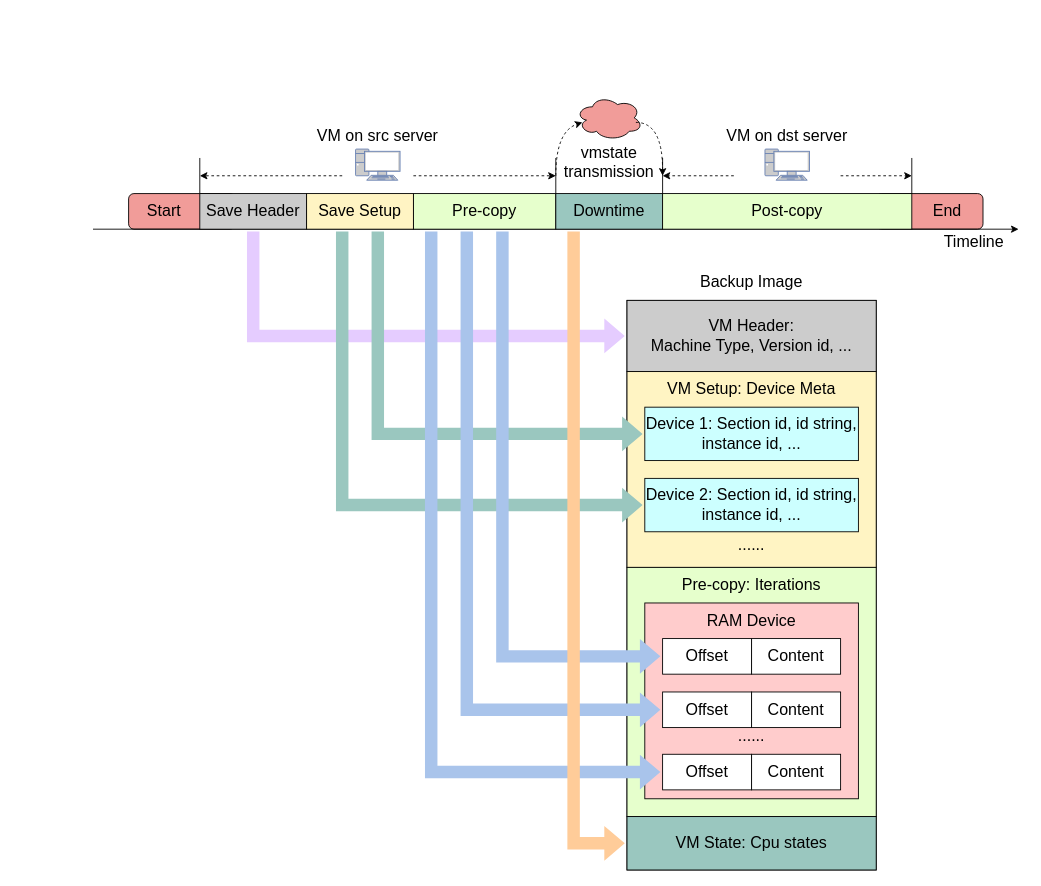
Earlier version of the draw.io diagram qemu-migration/final/backup img + replay.drawio (xuyizhe1999/drawio). Source tidied: cells renumbered, new cells numbered last; positions are measured from the earlier drawing's top-left corner, leaving out a move shared by most shapes. Both pictures are drawn from the tidied source at 89%, with x=0, y=0 at pixel (93, 95).
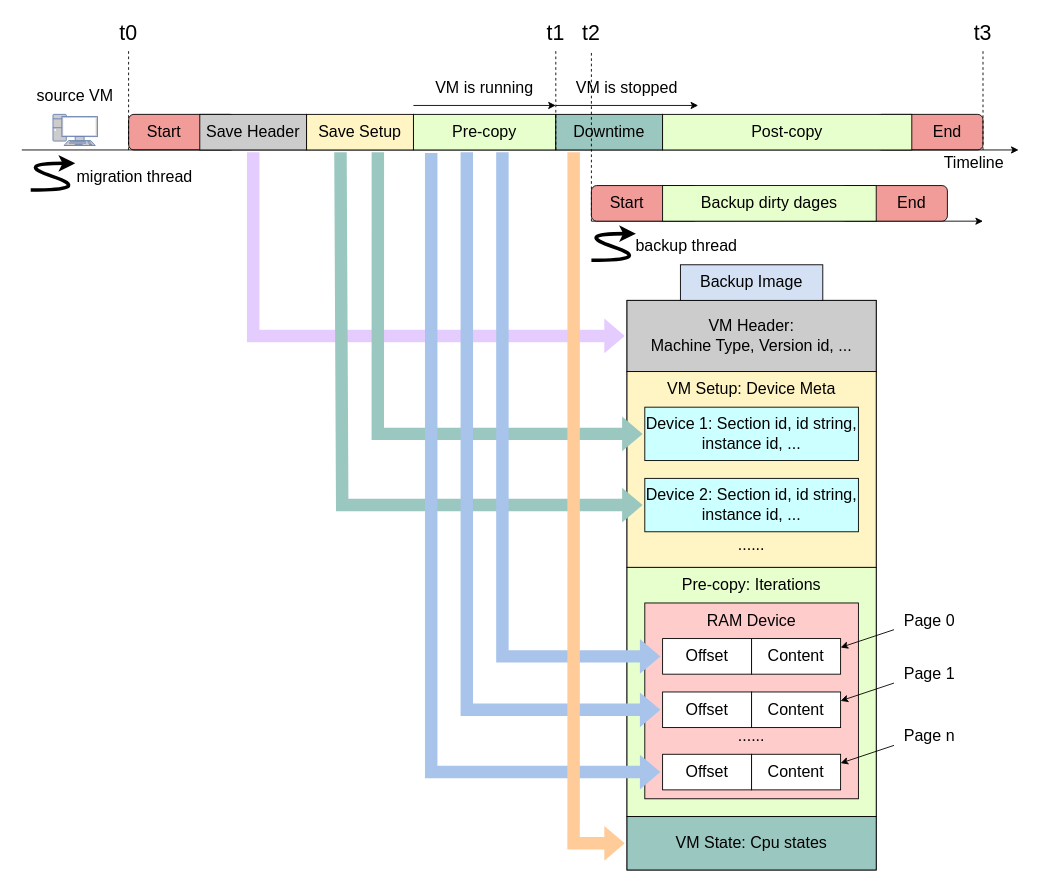
Above is the later version.

Unchanged cells that the change refers to:
```xml
<mxCell id="32" value="&lt;font style=&quot;font-size: 18px;&quot;&gt;VM Header:&lt;br&gt;Machine Type, Version id, ...&lt;/font&gt;" style="rounded=0;whiteSpace=wrap;html=1;fillColor=#CCCCCC;" parent="1" vertex="1">
  <mxGeometry x="600" y="230" width="280" height="80" as="geometry" />
</mxCell>
<mxCell id="34" value="&lt;span style=&quot;font-size: 18px;&quot;&gt;Device 1: Section id, id string, &lt;br&gt;instance id, ...&lt;br&gt;&lt;/span&gt;" style="rounded=0;whiteSpace=wrap;html=1;fillColor=#CCFFFF;" parent="1" vertex="1">
  <mxGeometry x="620" y="350" width="240" height="60" as="geometry" />
</mxCell>
<mxCell id="36" value="&lt;span style=&quot;font-size: 18px;&quot;&gt;Device 2: Section id, id string, &lt;br&gt;instance id, ...&lt;br&gt;&lt;/span&gt;" style="rounded=0;whiteSpace=wrap;html=1;fillColor=#CCFFFF;" parent="1" vertex="1">
  <mxGeometry x="620" y="430" width="240" height="60" as="geometry" />
</mxCell>
<mxCell id="42" value="&lt;font style=&quot;font-size: 18px;&quot;&gt;Content&lt;/font&gt;" style="rounded=0;whiteSpace=wrap;html=1;" parent="1" vertex="1">
  <mxGeometry x="740" y="610" width="100" height="40" as="geometry" />
</mxCell>
<mxCell id="55" value="&lt;font style=&quot;font-size: 18px;&quot;&gt;VM State: Cpu states&lt;/font&gt;" style="rounded=0;whiteSpace=wrap;html=1;fillColor=#9AC7BF;" parent="1" vertex="1">
  <mxGeometry x="600" y="810" width="280" height="60" as="geometry" />
</mxCell>
```

Diff of the diagram source:
```diff
@@
     <mxCell id="3" style="rounded=1;whiteSpace=wrap;html=1;fontSize=18;fillColor=#F19C99;" parent="1" vertex="1">
-      <mxGeometry x="880" y="110" width="120" height="40" as="geometry" />
+      <mxGeometry x="880" y="21" width="120" height="40" as="geometry" />
     </mxCell>
     <mxCell id="4" style="rounded=1;whiteSpace=wrap;html=1;fillColor=#F19C99;" parent="1" vertex="1">
-      <mxGeometry x="40" y="110" width="120" height="40" as="geometry" />
+      <mxGeometry x="40" y="21" width="120" height="40" as="geometry" />
     </mxCell>
     <mxCell id="5" value="&lt;font style=&quot;font-size: 18px;&quot;&gt;Start&lt;/font&gt;" style="text;html=1;strokeColor=none;fillColor=none;align=center;verticalAlign=middle;whiteSpace=wrap;rounded=0;" parent="1" vertex="1">
-      <mxGeometry x="50" y="115" width="60" height="30" as="geometry" />
+      <mxGeometry x="50" y="26" width="60" height="30" as="geometry" />
     </mxCell>
     <mxCell id="6" style="endArrow=classic;html=1;rounded=0;fontSize=18;" parent="1" edge="1">
       <mxGeometry relative="1" as="geometry">
-        <mxPoint y="150" as="sourcePoint" />
-        <mxPoint x="1040" y="150" as="targetPoint" />
+        <mxPoint x="-80" y="61" as="sourcePoint" />
+        <mxPoint x="1040" y="61" as="targetPoint" />
       </mxGeometry>
     </mxCell>
     <mxCell id="7" value="Pre-copy" style="rounded=0;whiteSpace=wrap;html=1;fontSize=18;fillColor=#E6FFCC;" parent="1" vertex="1">
-      <mxGeometry x="360" y="110" width="160" height="40" as="geometry" />
+      <mxGeometry x="360" y="21" width="160" height="40" as="geometry" />
     </mxCell>
     <mxCell id="8" value="Downtime" style="rounded=0;whiteSpace=wrap;html=1;fontSize=18;fillColor=#9AC7BF;" parent="1" vertex="1">
-      <mxGeometry x="520" y="110" width="120" height="40" as="geometry" />
+      <mxGeometry x="520" y="21" width="120" height="40" as="geometry" />
     </mxCell>
     <mxCell id="9" value="Post-copy" style="rounded=0;whiteSpace=wrap;html=1;fontSize=18;fillColor=#E6FFCC;" parent="1" vertex="1">
-      <mxGeometry x="640" y="110" width="280" height="40" as="geometry" />
+      <mxGeometry x="640" y="21" width="280" height="40" as="geometry" />
     </mxCell>
     <mxCell id="10" value="&lt;font style=&quot;font-size: 18px;&quot;&gt;End&lt;/font&gt;" style="text;html=1;strokeColor=none;fillColor=none;align=center;verticalAlign=middle;whiteSpace=wrap;rounded=0;" parent="1" vertex="1">
-      <mxGeometry x="930" y="115" width="60" height="30" as="geometry" />
+      <mxGeometry x="930" y="26" width="60" height="30" as="geometry" />
     </mxCell>
     <mxCell id="11" value="Timeline" style="text;html=1;strokeColor=none;fillColor=none;align=center;verticalAlign=middle;whiteSpace=wrap;rounded=0;fontSize=18;" parent="1" vertex="1">
-      <mxGeometry x="940" y="150" width="100" height="30" as="geometry" />
+      <mxGeometry x="940" y="61" width="100" height="30" as="geometry" />
     </mxCell>
     <mxCell id="12" style="fontColor=#0066CC;verticalAlign=top;verticalLabelPosition=bottom;labelPosition=center;align=center;html=1;fillColor=#CCCCCC;strokeColor=#6881B3;gradientColor=none;gradientDirection=north;strokeWidth=2;shape=mxgraph.networks.pc;fontSize=18;" parent="1" vertex="1">
-      <mxGeometry x="295" y="60" width="50" height="35" as="geometry" />
+      <mxGeometry x="-45" y="21" width="50" height="35" as="geometry" />
     </mxCell>
-    <mxCell id="13" style="endArrow=none;html=1;rounded=0;fontSize=18;exitX=0;exitY=0;exitDx=0;exitDy=0;" parent="1" edge="1" source="28">
-      <mxGeometry relative="1" as="geometry">
-        <mxPoint x="120" y="70" as="targetPoint" />
-      </mxGeometry>
-    </mxCell>
-    <mxCell id="14" style="endArrow=none;html=1;rounded=0;fontSize=18;" parent="1" edge="1">
-      <mxGeometry relative="1" as="geometry">
-        <mxPoint x="520" y="110" as="sourcePoint" />
-        <mxPoint x="520" y="70" as="targetPoint" />
-      </mxGeometry>
-    </mxCell>
-    <mxCell id="15" value="VM on src server" style="text;html=1;strokeColor=none;fillColor=none;align=center;verticalAlign=middle;whiteSpace=wrap;rounded=0;fontSize=18;" parent="1" vertex="1">
-      <mxGeometry x="240" y="30" width="160" height="30" as="geometry" />
+    <mxCell id="15" value="source VM" style="text;html=1;strokeColor=none;fillColor=none;align=center;verticalAlign=middle;whiteSpace=wrap;rounded=0;fontSize=18;" parent="1" vertex="1">
+      <mxGeometry x="-80" y="-19" width="120" height="40" as="geometry" />
     </mxCell>
-    <mxCell id="16" style="endArrow=classic;html=1;rounded=0;fontSize=18;dashed=1;" parent="1" edge="1">
-      <mxGeometry relative="1" as="geometry">
-        <mxPoint x="280" y="90" as="sourcePoint" />
-        <mxPoint x="120" y="90" as="targetPoint" />
-      </mxGeometry>
-    </mxCell>
-    <mxCell id="17" style="endArrow=classic;html=1;rounded=0;fontSize=18;dashed=1;" parent="1" edge="1">
-      <mxGeometry relative="1" as="geometry">
-        <mxPoint x="360" y="90" as="sourcePoint" />
-        <mxPoint x="520" y="90" as="targetPoint" />
-      </mxGeometry>
-    </mxCell>
-    <mxCell id="18" style="endArrow=none;html=1;rounded=0;fontSize=18;" parent="1" edge="1">
-      <mxGeometry relative="1" as="geometry">
-        <mxPoint x="640" y="110" as="sourcePoint" />
-        <mxPoint x="640" y="70" as="targetPoint" />
-      </mxGeometry>
-    </mxCell>
-    <mxCell id="19" style="endArrow=none;html=1;rounded=0;fontSize=18;" parent="1" edge="1">
-      <mxGeometry relative="1" as="geometry">
-        <mxPoint x="920" y="110" as="sourcePoint" />
-        <mxPoint x="920" y="70" as="targetPoint" />
-      </mxGeometry>
-    </mxCell>
-    <mxCell id="20" style="fontColor=#0066CC;verticalAlign=top;verticalLabelPosition=bottom;labelPosition=center;align=center;html=1;fillColor=#CCCCCC;strokeColor=#6881B3;gradientColor=none;gradientDirection=north;strokeWidth=2;shape=mxgraph.networks.pc;fontSize=18;" parent="1" vertex="1">
-      <mxGeometry x="755" y="60" width="50" height="35" as="geometry" />
-    </mxCell>
-    <mxCell id="21" style="endArrow=classic;html=1;rounded=0;fontSize=18;dashed=1;" parent="1" edge="1">
-      <mxGeometry relative="1" as="geometry">
-        <mxPoint x="720" y="90" as="sourcePoint" />
-        <mxPoint x="640" y="90" as="targetPoint" />
-      </mxGeometry>
-    </mxCell>
-    <mxCell id="22" style="endArrow=classic;html=1;rounded=0;fontSize=18;dashed=1;" parent="1" edge="1">
-      <mxGeometry relative="1" as="geometry">
-        <mxPoint x="840" y="90" as="sourcePoint" />
-        <mxPoint x="920" y="90" as="targetPoint" />
-      </mxGeometry>
-    </mxCell>
-    <mxCell id="23" value="VM on dst server" style="text;html=1;strokeColor=none;fillColor=none;align=center;verticalAlign=middle;whiteSpace=wrap;rounded=0;fontSize=18;" parent="1" vertex="1">
-      <mxGeometry x="700" y="30" width="160" height="30" as="geometry" />
-    </mxCell>
-    <mxCell id="24" style="ellipse;shape=cloud;whiteSpace=wrap;html=1;fontSize=18;fillColor=#F19C99;" parent="1" vertex="1">
-      <mxGeometry x="542.5" width="75" height="50" as="geometry" />
-    </mxCell>
-    <mxCell id="25" style="curved=1;endArrow=classic;html=1;rounded=0;fontSize=18;dashed=1;" parent="1" edge="1">
-      <mxGeometry relative="1" as="geometry">
-        <mxPoint x="520" y="90" as="sourcePoint" />
-        <mxPoint x="550" y="30" as="targetPoint" />
-        <Array as="points">
-          <mxPoint x="520" y="40" />
-        </Array>
-      </mxGeometry>
-    </mxCell>
-    <mxCell id="26" style="curved=1;endArrow=classic;html=1;rounded=0;dashed=1;fontSize=18;" parent="1" edge="1">
-      <mxGeometry relative="1" as="geometry">
-        <mxPoint x="610" y="30" as="sourcePoint" />
-        <mxPoint x="640" y="90" as="targetPoint" />
-        <Array as="points">
-          <mxPoint x="640" y="30" />
-        </Array>
-      </mxGeometry>
-    </mxCell>
-    <mxCell id="27" value="vmstate transmission" style="text;html=1;strokeColor=none;fillColor=none;align=center;verticalAlign=middle;whiteSpace=wrap;rounded=0;fontSize=18;" parent="1" vertex="1">
-      <mxGeometry x="550" y="60" width="60" height="30" as="geometry" />
-    </mxCell>
     <mxCell id="28" value="Save Header" style="rounded=0;whiteSpace=wrap;html=1;fontSize=18;fillColor=#CCCCCC;" parent="1" vertex="1">
-      <mxGeometry x="120" y="110" width="120" height="40" as="geometry" />
+      <mxGeometry x="120" y="21" width="120" height="40" as="geometry" />
     </mxCell>
     <mxCell id="29" value="Save Setup" style="rounded=0;whiteSpace=wrap;html=1;fontSize=18;fillColor=#FFF4C3;" parent="1" vertex="1">
-      <mxGeometry x="240" y="110" width="120" height="40" as="geometry" />
+      <mxGeometry x="240" y="21" width="120" height="40" as="geometry" />
     </mxCell>
-    <mxCell id="30" value="Backup Image" style="text;html=1;strokeColor=none;fillColor=none;align=center;verticalAlign=middle;whiteSpace=wrap;rounded=0;fontSize=18;" parent="1" vertex="1">
-      <mxGeometry x="660" y="190" width="160" height="40" as="geometry" />
-    </mxCell>
-    <mxCell id="31" style="shape=flexArrow;endArrow=classic;html=1;rounded=0;entryX=0;entryY=0.5;entryDx=0;entryDy=0;strokeColor=none;fillColor=#E5CCFF;strokeWidth=5;" parent="1" edge="1" target="32">
+    <mxCell id="31" style="shape=flexArrow;endArrow=classic;html=1;rounded=0;entryX=0;entryY=0.5;entryDx=0;entryDy=0;strokeColor=none;fillColor=#E5CCFF;strokeWidth=5;exitX=0.5;exitY=1;exitDx=0;exitDy=0;" parent="1" edge="1" source="28" target="32">
       <mxGeometry relative="1" as="geometry">
-        <mxPoint x="180" y="150" as="sourcePoint" />
         <Array as="points">
           <mxPoint x="180" y="270" />
         </Array>
       </mxGeometry>
     </mxCell>
@@
-    <mxCell id="49" style="shape=flexArrow;endArrow=classic;html=1;rounded=0;entryX=0;entryY=0.5;entryDx=0;entryDy=0;strokeColor=none;fillColor=#9AC7BF;strokeWidth=5;" parent="1" edge="1" target="36">
+    <mxCell id="49" style="shape=flexArrow;endArrow=classic;html=1;rounded=0;entryX=0;entryY=0.5;entryDx=0;entryDy=0;strokeColor=none;fillColor=#9AC7BF;strokeWidth=5;exitX=0.317;exitY=1;exitDx=0;exitDy=0;exitPerimeter=0;" parent="1" edge="1" source="29" target="36">
       <mxGeometry relative="1" as="geometry">
-        <mxPoint x="280" y="150" as="sourcePoint" />
         <Array as="points">
           <mxPoint x="280" y="460" />
         </Array>
       </mxGeometry>
     </mxCell>
-    <mxCell id="50" style="shape=flexArrow;endArrow=classic;html=1;rounded=0;entryX=0;entryY=0.5;entryDx=0;entryDy=0;strokeColor=none;fillColor=#9AC7BF;strokeWidth=5;" parent="1" edge="1" target="34">
+    <mxCell id="50" style="shape=flexArrow;endArrow=classic;html=1;rounded=0;entryX=0;entryY=0.5;entryDx=0;entryDy=0;strokeColor=none;fillColor=#9AC7BF;strokeWidth=5;exitX=0.667;exitY=1;exitDx=0;exitDy=0;exitPerimeter=0;" parent="1" edge="1" source="29" target="34">
       <mxGeometry relative="1" as="geometry">
-        <mxPoint x="320" y="150" as="sourcePoint" />
         <Array as="points">
           <mxPoint x="320" y="380" />
         </Array>
       </mxGeometry>
     </mxCell>
-    <mxCell id="51" style="shape=flexArrow;endArrow=classic;html=1;rounded=0;entryX=0;entryY=1;entryDx=0;entryDy=0;strokeColor=none;fillColor=#A9C4EB;strokeWidth=5;" parent="1" edge="1">
+    <mxCell id="51" style="shape=flexArrow;endArrow=classic;html=1;rounded=0;entryX=0;entryY=1;entryDx=0;entryDy=0;strokeColor=none;fillColor=#A9C4EB;strokeWidth=5;exitX=0.125;exitY=1.025;exitDx=0;exitDy=0;exitPerimeter=0;" parent="1" edge="1" source="7">
       <mxGeometry relative="1" as="geometry">
-        <mxPoint x="380" y="150" as="sourcePoint" />
         <mxPoint x="640" y="760" as="targetPoint" />
         <Array as="points">
           <mxPoint x="380" y="760" />
         </Array>
       </mxGeometry>
     </mxCell>
-    <mxCell id="52" style="shape=flexArrow;endArrow=classic;html=1;rounded=0;entryX=0;entryY=1;entryDx=0;entryDy=0;strokeColor=none;fillColor=#A9C4EB;strokeWidth=5;" parent="1" edge="1">
+    <mxCell id="52" style="shape=flexArrow;endArrow=classic;html=1;rounded=0;entryX=0;entryY=1;entryDx=0;entryDy=0;strokeColor=none;fillColor=#A9C4EB;strokeWidth=5;exitX=0.375;exitY=1;exitDx=0;exitDy=0;exitPerimeter=0;" parent="1" edge="1" source="7">
       <mxGeometry relative="1" as="geometry">
-        <mxPoint x="420" y="150" as="sourcePoint" />
         <mxPoint x="640" y="690" as="targetPoint" />
         <Array as="points">
           <mxPoint x="420" y="690" />
         </Array>
       </mxGeometry>
     </mxCell>
@@
-    <mxCell id="54" style="shape=flexArrow;endArrow=classic;html=1;rounded=0;entryX=0;entryY=0.5;entryDx=0;entryDy=0;strokeColor=none;fillColor=#FFCC99;strokeWidth=5;exitX=0.625;exitY=1;exitDx=0;exitDy=0;exitPerimeter=0;" parent="1" edge="1" target="55">
+    <mxCell id="54" style="shape=flexArrow;endArrow=classic;html=1;rounded=0;entryX=0;entryY=0.5;entryDx=0;entryDy=0;strokeColor=none;fillColor=#FFCC99;strokeWidth=5;exitX=0.167;exitY=1;exitDx=0;exitDy=0;exitPerimeter=0;" parent="1" edge="1" source="8" target="55">
       <mxGeometry relative="1" as="geometry">
-        <mxPoint x="540" y="150" as="sourcePoint" />
         <Array as="points">
           <mxPoint x="540" y="840" />
         </Array>
       </mxGeometry>
     </mxCell>
@@
+    <mxCell id="56" value="&lt;font style=&quot;font-size: 18px;&quot;&gt;Page 0&lt;/font&gt;" style="text;html=1;strokeColor=none;fillColor=none;align=center;verticalAlign=middle;whiteSpace=wrap;rounded=0;" parent="1" vertex="1">
+      <mxGeometry x="900" y="570" width="80" height="40" as="geometry" />
+    </mxCell>
+    <mxCell id="57" value="&lt;font style=&quot;font-size: 18px;&quot;&gt;Page 1&lt;/font&gt;" style="text;html=1;strokeColor=none;fillColor=none;align=center;verticalAlign=middle;whiteSpace=wrap;rounded=0;" parent="1" vertex="1">
+      <mxGeometry x="900" y="630" width="80" height="40" as="geometry" />
+    </mxCell>
+    <mxCell id="58" value="&lt;font style=&quot;font-size: 18px;&quot;&gt;Page n&lt;/font&gt;" style="text;html=1;strokeColor=none;fillColor=none;align=center;verticalAlign=middle;whiteSpace=wrap;rounded=0;" parent="1" vertex="1">
+      <mxGeometry x="900" y="700" width="80" height="40" as="geometry" />
+    </mxCell>
+    <mxCell id="59" style="endArrow=classic;html=1;rounded=0;exitX=0;exitY=0.75;exitDx=0;exitDy=0;entryX=1;entryY=0.25;entryDx=0;entryDy=0;" parent="1" edge="1" source="56" target="42">
+      <mxGeometry relative="1" as="geometry" />
+    </mxCell>
+    <mxCell id="60" style="endArrow=classic;html=1;rounded=0;exitX=0;exitY=0.75;exitDx=0;exitDy=0;entryX=1;entryY=0.25;entryDx=0;entryDy=0;" parent="1" edge="1">
+      <mxGeometry relative="1" as="geometry">
+        <mxPoint x="900" y="660" as="sourcePoint" />
+        <mxPoint x="840" y="680" as="targetPoint" />
+      </mxGeometry>
+    </mxCell>
+    <mxCell id="61" style="endArrow=classic;html=1;rounded=0;exitX=0;exitY=0.75;exitDx=0;exitDy=0;entryX=1;entryY=0.25;entryDx=0;entryDy=0;" parent="1" edge="1">
+      <mxGeometry relative="1" as="geometry">
+        <mxPoint x="900" y="730" as="sourcePoint" />
+        <mxPoint x="840" y="750" as="targetPoint" />
+      </mxGeometry>
+    </mxCell>
+    <mxCell id="62" value="&lt;font style=&quot;font-size: 18px;&quot;&gt;migration thread&lt;/font&gt;" style="text;html=1;strokeColor=none;fillColor=none;align=center;verticalAlign=middle;whiteSpace=wrap;rounded=0;" parent="1" vertex="1">
+      <mxGeometry x="-33" y="71" width="160" height="40" as="geometry" />
+    </mxCell>
+    <mxCell id="63" style="endArrow=classic;html=1;rounded=0;" parent="1" edge="1">
+      <mxGeometry relative="1" as="geometry">
+        <mxPoint x="560" y="141" as="sourcePoint" />
+        <mxPoint x="1000" y="141" as="targetPoint" />
+      </mxGeometry>
+    </mxCell>
+    <mxCell id="64" style="endArrow=none;html=1;rounded=0;dashed=1;" parent="1" edge="1">
+      <mxGeometry relative="1" as="geometry">
+        <mxPoint x="560" y="141" as="sourcePoint" />
+        <mxPoint x="560" y="-50" as="targetPoint" />
+      </mxGeometry>
+    </mxCell>
+    <mxCell id="65" value="&lt;font style=&quot;font-size: 18px;&quot;&gt;backup thread&lt;/font&gt;" style="text;html=1;strokeColor=none;fillColor=none;align=center;verticalAlign=middle;whiteSpace=wrap;rounded=0;" parent="1" vertex="1">
+      <mxGeometry x="587" y="149" width="160" height="40" as="geometry" />
+    </mxCell>
+    <mxCell id="66" style="rounded=1;whiteSpace=wrap;html=1;fillColor=#F19C99;" parent="1" vertex="1">
+      <mxGeometry x="560" y="101" width="120" height="40" as="geometry" />
+    </mxCell>
+    <mxCell id="67" value="&lt;font style=&quot;font-size: 18px;&quot;&gt;Start&lt;/font&gt;" style="text;html=1;strokeColor=none;fillColor=none;align=center;verticalAlign=middle;whiteSpace=wrap;rounded=0;" parent="1" vertex="1">
+      <mxGeometry x="570" y="106" width="60" height="30" as="geometry" />
+    </mxCell>
+    <mxCell id="68" style="rounded=1;whiteSpace=wrap;html=1;fontSize=18;fillColor=#F19C99;" parent="1" vertex="1">
+      <mxGeometry x="840" y="101" width="120" height="40" as="geometry" />
+    </mxCell>
+    <mxCell id="69" value="&lt;font style=&quot;font-size: 18px;&quot;&gt;End&lt;/font&gt;" style="text;html=1;strokeColor=none;fillColor=none;align=center;verticalAlign=middle;whiteSpace=wrap;rounded=0;" parent="1" vertex="1">
+      <mxGeometry x="890" y="106" width="60" height="30" as="geometry" />
+    </mxCell>
+    <mxCell id="70" value="Backup dirty dages" style="rounded=0;whiteSpace=wrap;html=1;fontSize=18;fillColor=#E6FFCC;" parent="1" vertex="1">
+      <mxGeometry x="640" y="101" width="240" height="40" as="geometry" />
+    </mxCell>
+    <mxCell id="71" style="endArrow=none;html=1;rounded=0;dashed=1;" parent="1" edge="1">
+      <mxGeometry relative="1" as="geometry">
+        <mxPoint x="520" y="61" as="sourcePoint" />
+        <mxPoint x="520" y="-50" as="targetPoint" />
+      </mxGeometry>
+    </mxCell>
+    <mxCell id="72" style="endArrow=classic;html=1;rounded=0;" parent="1" edge="1">
+      <mxGeometry relative="1" as="geometry">
+        <mxPoint x="360" y="11" as="sourcePoint" />
+        <mxPoint x="520" y="11" as="targetPoint" />
+      </mxGeometry>
+    </mxCell>
+    <mxCell id="73" value="VM is running" style="text;html=1;strokeColor=none;fillColor=none;align=center;verticalAlign=middle;whiteSpace=wrap;rounded=0;fontSize=18;" parent="1" vertex="1">
+      <mxGeometry x="360" y="-19" width="160" height="20" as="geometry" />
+    </mxCell>
+    <mxCell id="74" style="endArrow=classic;html=1;rounded=0;" parent="1" edge="1">
+      <mxGeometry relative="1" as="geometry">
+        <mxPoint x="520" y="11" as="sourcePoint" />
+        <mxPoint x="680" y="11" as="targetPoint" />
+      </mxGeometry>
+    </mxCell>
+    <mxCell id="75" value="VM is stopped" style="text;html=1;strokeColor=none;fillColor=none;align=center;verticalAlign=middle;whiteSpace=wrap;rounded=0;fontSize=18;" parent="1" vertex="1">
+      <mxGeometry x="520" y="-19" width="160" height="20" as="geometry" />
+    </mxCell>
+    <mxCell id="76" style="curved=1;endArrow=classic;html=1;rounded=0;strokeWidth=4;" parent="1" edge="1">
+      <mxGeometry relative="1" as="geometry">
+        <mxPoint x="-70" y="106" as="sourcePoint" />
+        <mxPoint x="-20" y="76" as="targetPoint" />
+        <Array as="points">
+          <mxPoint y="106" />
+          <mxPoint x="-90" y="76" />
+        </Array>
+      </mxGeometry>
+    </mxCell>
+    <mxCell id="77" style="curved=1;endArrow=classic;html=1;rounded=0;strokeWidth=4;" parent="1" edge="1">
+      <mxGeometry relative="1" as="geometry">
+        <mxPoint x="560" y="185" as="sourcePoint" />
+        <mxPoint x="610" y="155" as="targetPoint" />
+        <Array as="points">
+          <mxPoint x="630" y="185" />
+          <mxPoint x="540" y="155" />
+        </Array>
+      </mxGeometry>
+    </mxCell>
+    <mxCell id="78" style="endArrow=none;html=1;rounded=0;dashed=1;" parent="1" edge="1">
+      <mxGeometry relative="1" as="geometry">
+        <mxPoint x="40" y="61" as="sourcePoint" />
+        <mxPoint x="40" y="-50" as="targetPoint" />
+      </mxGeometry>
+    </mxCell>
+    <mxCell id="79" style="endArrow=none;html=1;rounded=0;dashed=1;" parent="1" edge="1">
+      <mxGeometry relative="1" as="geometry">
+        <mxPoint x="1000" y="61" as="sourcePoint" />
+        <mxPoint x="1000" y="-50" as="targetPoint" />
+      </mxGeometry>
+    </mxCell>
+    <mxCell id="80" value="&lt;span style=&quot;font-size: 24px;&quot;&gt;t0&lt;/span&gt;" style="text;html=1;strokeColor=none;fillColor=none;align=center;verticalAlign=middle;whiteSpace=wrap;rounded=0;" parent="1" vertex="1">
+      <mxGeometry x="20" y="-90" width="40" height="40" as="geometry" />
+    </mxCell>
+    <mxCell id="81" value="&lt;span style=&quot;font-size: 24px;&quot;&gt;t1&lt;/span&gt;" style="text;html=1;strokeColor=none;fillColor=none;align=center;verticalAlign=middle;whiteSpace=wrap;rounded=0;" parent="1" vertex="1">
+      <mxGeometry x="500" y="-90" width="40" height="40" as="geometry" />
+    </mxCell>
+    <mxCell id="82" value="&lt;span style=&quot;font-size: 24px;&quot;&gt;t2&lt;/span&gt;" style="text;html=1;strokeColor=none;fillColor=none;align=center;verticalAlign=middle;whiteSpace=wrap;rounded=0;" parent="1" vertex="1">
+      <mxGeometry x="540" y="-90" width="40" height="40" as="geometry" />
+    </mxCell>
+    <mxCell id="83" value="&lt;span style=&quot;font-size: 24px;&quot;&gt;t3&lt;/span&gt;" style="text;html=1;strokeColor=none;fillColor=none;align=center;verticalAlign=middle;whiteSpace=wrap;rounded=0;" parent="1" vertex="1">
+      <mxGeometry x="980" y="-90" width="40" height="40" as="geometry" />
+    </mxCell>
+    <mxCell id="30" value="Backup Image" style="text;html=1;strokeColor=default;fillColor=#D4E1F5;align=center;verticalAlign=middle;whiteSpace=wrap;rounded=0;fontSize=18;" parent="1" vertex="1">
+      <mxGeometry x="660" y="190" width="160" height="40" as="geometry" />
+    </mxCell>
```
